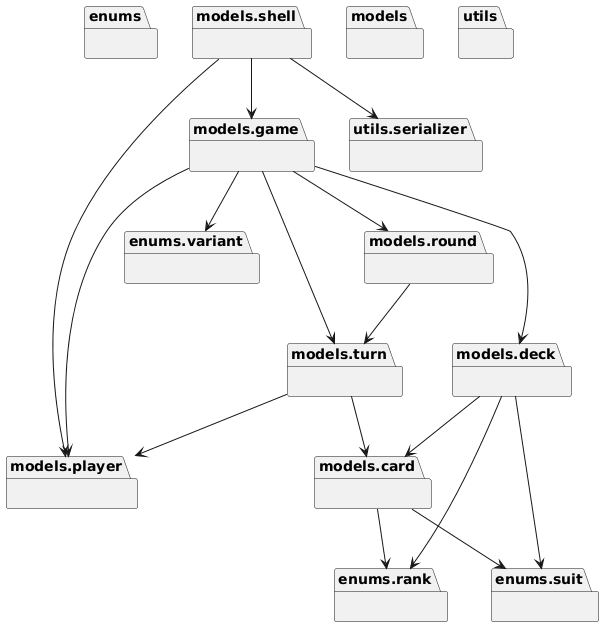
This is docs/uml/png/packages_war.png from b3h3m0th/war, a PlantUML export, as it was before one commit.
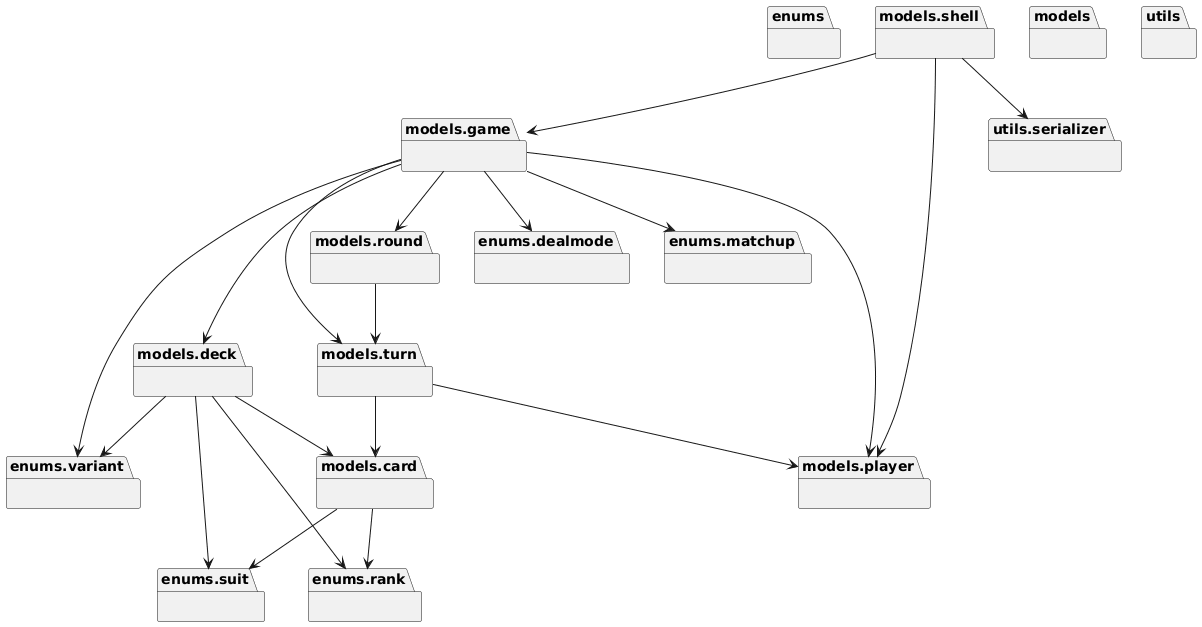
The same diagram one commit later.

Change to the diagram source:
```diff
@@ -1,6 +1,10 @@
 @startuml
 set namespaceSeparator none
 package "enums" as enums {
+}
+package "enums.dealmode" as enums.dealmode {
+}
+package "enums.matchup" as enums.matchup {
 }
 package "enums.rank" as enums.rank {
 }
@@ -32,7 +36,10 @@
 models.card --> enums.suit
 models.deck --> enums.rank
 models.deck --> enums.suit
+models.deck --> enums.variant
 models.deck --> models.card
+models.game --> enums.dealmode
+models.game --> enums.matchup
 models.game --> enums.variant
 models.game --> models.deck
 models.game --> models.player
```
